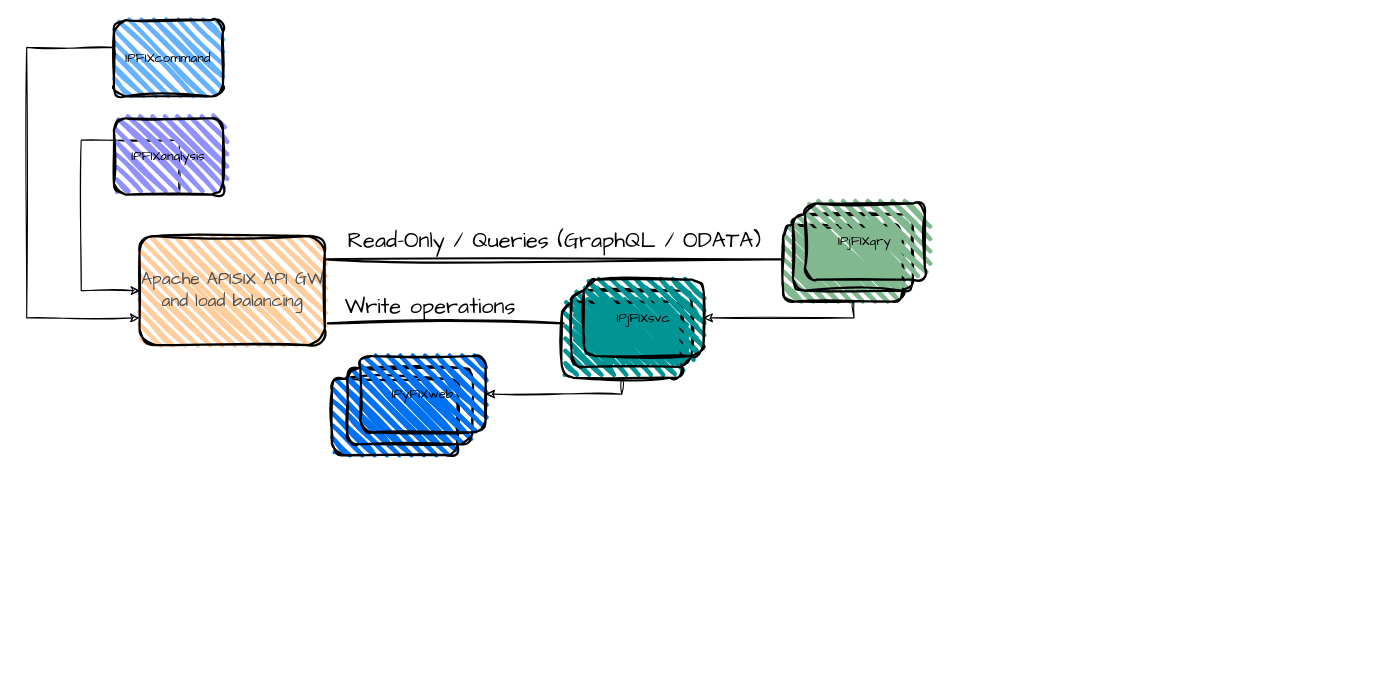
Above: documentation/apisix.drawio in mesbrj/IPFIXscenario (draw.io), before the change. Source tidied: cells renumbered, new cells numbered last; positions are measured from the earlier drawing's top-left corner, leaving out a move shared by most shapes. Both pictures are drawn from the tidied source at 109%, with x=0, y=0 at pixel (26, 20).
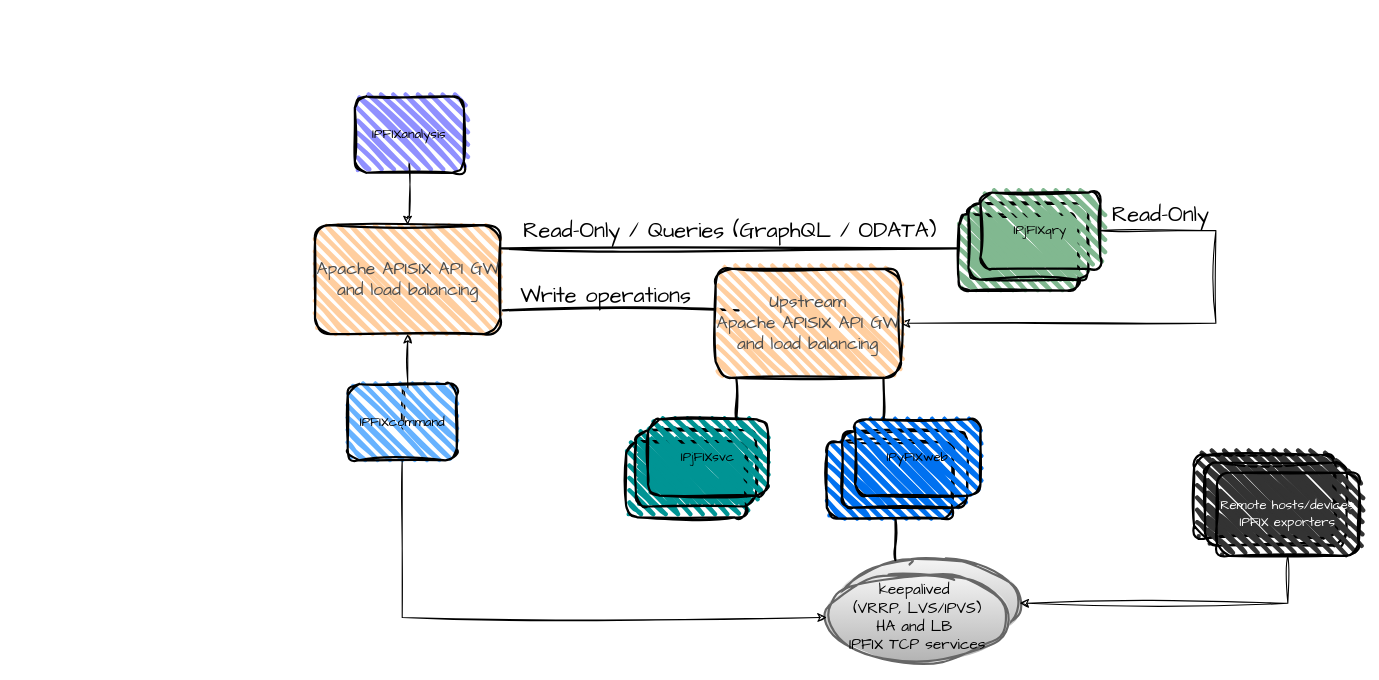
After the change.

What changed in the source:
```diff
@@
     <mxCell id="2" style="rounded=1;whiteSpace=wrap;html=1;strokeWidth=2;fillWeight=4;hachureGap=8;hachureAngle=45;fillColor=light-dark(#0071F0,#198CC4);sketch=1;curveFitting=1;jiggle=2;" parent="1" vertex="1">
-      <mxGeometry x="280" y="329.1" width="115" height="70" as="geometry" />
+      <mxGeometry x="734" y="387.2" width="115" height="70" as="geometry" />
     </mxCell>
     <mxCell id="3" style="rounded=1;whiteSpace=wrap;html=1;strokeWidth=2;fillWeight=4;hachureGap=8;hachureAngle=45;fillColor=light-dark(#81B890,#198CC4);sketch=1;curveFitting=1;jiggle=2;" parent="1" vertex="1">
-      <mxGeometry x="694" y="188.1" width="110" height="70" as="geometry" />
+      <mxGeometry x="855" y="178.1" width="110" height="70" as="geometry" />
     </mxCell>
     <mxCell id="4" value="&lt;div&gt;&lt;font style=&quot;color: rgb(77, 77, 77);&quot;&gt;Apache APISIX API GW and load balancing&lt;/font&gt;&lt;/div&gt;" style="rounded=1;whiteSpace=wrap;html=1;strokeWidth=2;fillWeight=4;hachureGap=8;hachureAngle=45;fillColor=light-dark(#FFCE9F,#198CC4);sketch=1;align=center;verticalAlign=middle;curveFitting=1;jiggle=2;fontFamily=Comic Sans MS;fontSize=16;fontColor=#B3B3B3;" parent="1" vertex="1">
-      <mxGeometry x="103.5" y="198.1" width="170" height="100" as="geometry" />
+      <mxGeometry x="264.5" y="188.1" width="170" height="100" as="geometry" />
     </mxCell>
-    <mxCell id="5" style="edgeStyle=orthogonalEdgeStyle;rounded=0;sketch=1;hachureGap=4;jiggle=2;curveFitting=1;jettySize=auto;html=1;fontFamily=Architects Daughter;entryX=1;entryY=0.5;entryDx=0;entryDy=0;exitX=0.591;exitY=1;exitDx=0;exitDy=0;exitPerimeter=0;" parent="1" edge="1" source="3" target="14">
+    <mxCell id="5" style="edgeStyle=orthogonalEdgeStyle;rounded=0;sketch=1;hachureGap=4;jiggle=2;curveFitting=1;jettySize=auto;html=1;fontFamily=Architects Daughter;exitX=1;exitY=0.5;exitDx=0;exitDy=0;entryX=1;entryY=0.5;entryDx=0;entryDy=0;" parent="1" edge="1" source="11" target="22">
       <mxGeometry relative="1" as="geometry">
         <Array as="points">
-          <mxPoint x="759" y="273.1" />
+          <mxPoint x="1091" y="193" />
+          <mxPoint x="1091" y="278" />
         </Array>
       </mxGeometry>
     </mxCell>
     <mxCell id="6" style="line;strokeWidth=2;direction=south;html=1;sketch=1;hachureGap=4;jiggle=2;curveFitting=1;fontFamily=Architects Daughter;rotation=-90;" parent="1" vertex="1">
-      <mxGeometry x="478.1" y="10" width="10" height="418.8" as="geometry" />
+      <mxGeometry x="639.1" width="10" height="418.8" as="geometry" />
     </mxCell>
     <mxCell id="7" style="line;strokeWidth=2;direction=south;html=1;sketch=1;hachureGap=4;jiggle=2;curveFitting=1;fontFamily=Architects Daughter;rotation=-90;" parent="1" vertex="1">
-      <mxGeometry x="379.4" y="170" width="10" height="216.2" as="geometry" />
+      <mxGeometry x="540" y="158.1" width="10" height="216.2" as="geometry" />
     </mxCell>
     <mxCell id="8" value="&lt;font face=&quot;Architects Daughter&quot;&gt;&lt;span style=&quot;font-size: 20px;&quot;&gt;Read-Only / Queries (GraphQL / ODATA)&lt;/span&gt;&lt;/font&gt;" style="text;html=1;align=center;verticalAlign=middle;strokeColor=none;fillColor=none;" parent="1" vertex="1">
-      <mxGeometry x="284" y="182.1" width="400" height="40" as="geometry" />
+      <mxGeometry x="445" y="172.1" width="400" height="40" as="geometry" />
     </mxCell>
     <mxCell id="9" value="&lt;font face=&quot;Architects Daughter&quot;&gt;&lt;span style=&quot;font-size: 20px;&quot;&gt;Write operations&lt;/span&gt;&lt;/font&gt;" style="text;html=1;align=center;verticalAlign=middle;strokeColor=none;fillColor=none;" parent="1" vertex="1">
-      <mxGeometry x="280" y="242.1" width="180" height="40" as="geometry" />
+      <mxGeometry x="441" y="232.1" width="180" height="40" as="geometry" />
     </mxCell>
     <mxCell id="10" style="rounded=1;whiteSpace=wrap;html=1;strokeWidth=2;fillWeight=4;hachureGap=8;hachureAngle=45;fillColor=light-dark(#81B890,#198CC4);sketch=1;curveFitting=1;jiggle=2;" parent="1" vertex="1">
-      <mxGeometry x="703" y="178.1" width="110" height="70" as="geometry" />
+      <mxGeometry x="864" y="168.1" width="110" height="70" as="geometry" />
     </mxCell>
     <mxCell id="11" value="&lt;span style=&quot;color: rgb(0, 0, 0); font-family: &amp;quot;Comic Sans MS&amp;quot;; text-wrap-mode: nowrap;&quot;&gt;IPjFIXqry&lt;/span&gt;" style="rounded=1;whiteSpace=wrap;html=1;strokeWidth=2;fillWeight=4;hachureGap=8;hachureAngle=45;fillColor=light-dark(#81B890,#198CC4);sketch=1;curveFitting=1;jiggle=2;" parent="1" vertex="1">
-      <mxGeometry x="714" y="168.1" width="110" height="70" as="geometry" />
+      <mxGeometry x="875" y="158.1" width="110" height="70" as="geometry" />
     </mxCell>
     <mxCell id="12" style="rounded=1;whiteSpace=wrap;html=1;strokeWidth=2;fillWeight=4;hachureGap=8;hachureAngle=45;fillColor=light-dark(#009494,#198CC4);sketch=1;curveFitting=1;jiggle=2;" parent="1" vertex="1">
-      <mxGeometry x="491" y="258.1" width="110" height="70" as="geometry" />
+      <mxGeometry x="550" y="386.2" width="110" height="70" as="geometry" />
     </mxCell>
     <mxCell id="13" style="rounded=1;whiteSpace=wrap;html=1;strokeWidth=2;fillWeight=4;hachureGap=8;hachureAngle=45;fillColor=light-dark(#009494,#198CC4);sketch=1;curveFitting=1;jiggle=2;" parent="1" vertex="1">
-      <mxGeometry x="500" y="248.1" width="110" height="70" as="geometry" />
+      <mxGeometry x="559" y="376.2" width="110" height="70" as="geometry" />
     </mxCell>
     <mxCell id="14" value="&lt;span style=&quot;color: rgb(0, 0, 0); font-family: &amp;quot;Comic Sans MS&amp;quot;; text-wrap-mode: nowrap;&quot;&gt;IPjFIXsvc&lt;/span&gt;" style="rounded=1;whiteSpace=wrap;html=1;strokeWidth=2;fillWeight=4;hachureGap=8;hachureAngle=45;fillColor=light-dark(#009494,#198CC4);sketch=1;curveFitting=1;jiggle=2;" parent="1" vertex="1">
-      <mxGeometry x="511" y="238.1" width="110" height="70" as="geometry" />
+      <mxGeometry x="570" y="366.2" width="110" height="70" as="geometry" />
     </mxCell>
     <mxCell id="15" style="rounded=1;whiteSpace=wrap;html=1;strokeWidth=2;fillWeight=4;hachureGap=8;hachureAngle=45;fillColor=light-dark(#0071F0,#198CC4);sketch=1;curveFitting=1;jiggle=2;" parent="1" vertex="1">
-      <mxGeometry x="294" y="319.1" width="115" height="70" as="geometry" />
+      <mxGeometry x="748" y="377.2" width="115" height="70" as="geometry" />
     </mxCell>
     <mxCell id="16" value="&lt;span style=&quot;color: rgb(0, 0, 0); font-family: &amp;quot;Comic Sans MS&amp;quot;; text-wrap-mode: nowrap;&quot;&gt;IPyFIXweb&lt;/span&gt;" style="rounded=1;whiteSpace=wrap;html=1;strokeWidth=2;fillWeight=4;hachureGap=8;hachureAngle=45;fillColor=light-dark(#0071F0,#198CC4);sketch=1;curveFitting=1;jiggle=2;" parent="1" vertex="1">
-      <mxGeometry x="306" y="308.1" width="115" height="70" as="geometry" />
+      <mxGeometry x="760" y="366.2" width="115" height="70" as="geometry" />
     </mxCell>
-    <mxCell id="17" style="edgeStyle=orthogonalEdgeStyle;rounded=0;sketch=1;hachureGap=4;jiggle=2;curveFitting=1;jettySize=auto;html=1;fontFamily=Architects Daughter;entryX=1;entryY=0.5;entryDx=0;entryDy=0;exitX=0.5;exitY=1;exitDx=0;exitDy=0;" parent="1" edge="1" source="12" target="16">
-      <mxGeometry relative="1" as="geometry">
-        <Array as="points">
-          <mxPoint x="546" y="343.1" />
-        </Array>
-      </mxGeometry>
-    </mxCell>
-    <mxCell id="18" style="edgeStyle=orthogonalEdgeStyle;rounded=0;sketch=1;hachureGap=4;jiggle=2;curveFitting=1;jettySize=auto;html=1;fontFamily=Architects Daughter;exitX=0.5;exitY=1;exitDx=0;exitDy=0;" parent="1" edge="1" source="21">
+    <mxCell id="18" style="edgeStyle=orthogonalEdgeStyle;rounded=0;sketch=1;hachureGap=4;jiggle=2;curveFitting=1;jettySize=auto;html=1;fontFamily=Architects Daughter;exitX=0.5;exitY=1;exitDx=0;exitDy=0;entryX=0.5;entryY=0;entryDx=0;entryDy=0;" parent="1" edge="1" source="21" target="4">
       <mxGeometry relative="1" as="geometry">
-        <mxPoint x="104" y="248.1" as="targetPoint" />
         <Array as="points">
-          <mxPoint x="140" y="110" />
-          <mxPoint x="50" y="110" />
-          <mxPoint x="50" y="248" />
+          <mxPoint x="351" y="130" />
+          <mxPoint x="351" y="180" />
+          <mxPoint x="350" y="180" />
         </Array>
       </mxGeometry>
     </mxCell>
+    <mxCell id="21" value="&lt;span style=&quot;color: rgb(0, 0, 0); font-family: &amp;quot;Comic Sans MS&amp;quot;; text-wrap-mode: nowrap;&quot;&gt;IPFIXanalysis&lt;/span&gt;" style="rounded=1;whiteSpace=wrap;html=1;strokeWidth=2;fillWeight=4;hachureGap=8;hachureAngle=45;fillColor=light-dark(#9090FF,#198CC4);sketch=1;curveFitting=1;jiggle=2;" parent="1" vertex="1">
+      <mxGeometry x="301" y="70" width="100" height="70" as="geometry" />
+    </mxCell>
+    <mxCell id="22" value="&lt;div&gt;&lt;font style=&quot;color: rgb(77, 77, 77);&quot;&gt;Upstream&lt;/font&gt;&lt;/div&gt;&lt;div&gt;&lt;font style=&quot;color: rgb(77, 77, 77);&quot;&gt;Apache APISIX API GW and load balancing&lt;/font&gt;&lt;/div&gt;" style="rounded=1;whiteSpace=wrap;html=1;strokeWidth=2;fillWeight=4;hachureGap=8;hachureAngle=45;fillColor=light-dark(#FFCE9F,#198CC4);sketch=1;align=center;verticalAlign=middle;curveFitting=1;jiggle=2;fontFamily=Comic Sans MS;fontSize=16;fontColor=#B3B3B3;" parent="1" vertex="1">
+      <mxGeometry x="632" y="228.1" width="170" height="100" as="geometry" />
+    </mxCell>
+    <mxCell id="23" value="&lt;span style=&quot;font-size: 20px;&quot;&gt;Read-Only&lt;/span&gt;" style="text;html=1;align=center;verticalAlign=middle;strokeColor=none;fillColor=none;fontFamily=Architects Daughter;" parent="1" vertex="1">
+      <mxGeometry x="985" y="158.1" width="110" height="40" as="geometry" />
+    </mxCell>
+    <mxCell id="24" style="line;strokeWidth=2;direction=south;html=1;sketch=1;hachureGap=4;jiggle=2;curveFitting=1;fontFamily=Architects Daughter;rotation=-180;" parent="1" vertex="1">
+      <mxGeometry x="646" y="328.1" width="10" height="38.1" as="geometry" />
+    </mxCell>
+    <mxCell id="25" style="line;strokeWidth=2;direction=south;html=1;sketch=1;hachureGap=4;jiggle=2;curveFitting=1;fontFamily=Architects Daughter;rotation=-180;" parent="1" vertex="1">
+      <mxGeometry x="781" y="328.1" width="10" height="38.1" as="geometry" />
+    </mxCell>
+    <mxCell id="20" style="edgeStyle=orthogonalEdgeStyle;rounded=0;sketch=1;hachureGap=4;jiggle=2;curveFitting=1;jettySize=auto;html=1;fontFamily=Architects Daughter;exitX=0.5;exitY=0;exitDx=0;exitDy=0;entryX=0.5;entryY=1;entryDx=0;entryDy=0;" parent="1" edge="1" source="19" target="4">
+      <mxGeometry relative="1" as="geometry">
+        <Array as="points">
+          <mxPoint x="345" y="380" />
+          <mxPoint x="345" y="340" />
+          <mxPoint x="349" y="340" />
+        </Array>
+      </mxGeometry>
+    </mxCell>
+    <mxCell id="26" style="ellipse;whiteSpace=wrap;html=1;strokeWidth=2;fillWeight=2;hachureGap=8;fillColor=#f5f5f5;fillStyle=dots;sketch=1;jiggle=2;curveFitting=1;fontFamily=Architects Daughter;strokeColor=#666666;gradientColor=#b3b3b3;" parent="1" vertex="1">
+      <mxGeometry x="747" y="495" width="164" height="80" as="geometry" />
+    </mxCell>
     <mxCell id="19" value="&lt;span style=&quot;color: rgb(0, 0, 0); font-family: &amp;quot;Comic Sans MS&amp;quot;; text-wrap-mode: nowrap;&quot;&gt;IPFIXcommand&lt;/span&gt;" style="rounded=1;whiteSpace=wrap;html=1;strokeWidth=2;fillWeight=4;hachureGap=8;hachureAngle=45;fillColor=light-dark(#66B2FF,#198CC4);sketch=1;curveFitting=1;jiggle=2;" parent="1" vertex="1">
-      <mxGeometry x="80" width="100" height="70" as="geometry" />
+      <mxGeometry x="294.5" y="333.8" width="100" height="70" as="geometry" />
     </mxCell>
-    <mxCell id="20" style="edgeStyle=orthogonalEdgeStyle;rounded=0;sketch=1;hachureGap=4;jiggle=2;curveFitting=1;jettySize=auto;html=1;fontFamily=Architects Daughter;exitX=0;exitY=0.5;exitDx=0;exitDy=0;entryX=0;entryY=0.75;entryDx=0;entryDy=0;" parent="1" edge="1" source="19" target="4">
-      <mxGeometry relative="1" as="geometry">
-        <Array as="points">
-          <mxPoint y="25" />
-          <mxPoint y="273" />
-        </Array>
-      </mxGeometry>
-    </mxCell>
-    <mxCell id="21" value="&lt;span style=&quot;color: rgb(0, 0, 0); font-family: &amp;quot;Comic Sans MS&amp;quot;; text-wrap-mode: nowrap;&quot;&gt;IPFIXanalysis&lt;/span&gt;" style="rounded=1;whiteSpace=wrap;html=1;strokeWidth=2;fillWeight=4;hachureGap=8;hachureAngle=45;fillColor=light-dark(#9090FF,#198CC4);sketch=1;curveFitting=1;jiggle=2;" parent="1" vertex="1">
-      <mxGeometry x="80" y="90" width="100" height="70" as="geometry" />
-    </mxCell>
+    <mxCell id="27" value="&lt;font style=&quot;&quot;&gt;&lt;span style=&quot;font-size: 14px;&quot;&gt;keepalived&amp;nbsp;&lt;/span&gt;&lt;/font&gt;&lt;div&gt;&lt;font style=&quot;&quot;&gt;&lt;span style=&quot;font-size: 14px;&quot;&gt;(&lt;/span&gt;&lt;span style=&quot;font-size: 14px;&quot;&gt;VRRP, LVS/IPVS&lt;/span&gt;&lt;span style=&quot;font-size: 14px;&quot;&gt;)&lt;/span&gt;&lt;/font&gt;&lt;div&gt;&lt;font style=&quot;&quot;&gt;&lt;span style=&quot;font-size: 14px;&quot;&gt;HA and LB&amp;nbsp;&lt;/span&gt;&lt;/font&gt;&lt;/div&gt;&lt;div&gt;&lt;font style=&quot;&quot;&gt;&lt;span style=&quot;font-size: 14px;&quot;&gt;IPFIX TCP services&lt;/span&gt;&lt;/font&gt;&lt;/div&gt;&lt;/div&gt;" style="ellipse;whiteSpace=wrap;html=1;strokeWidth=2;fillWeight=2;hachureGap=8;fillColor=#f5f5f5;fillStyle=dots;sketch=1;jiggle=2;curveFitting=1;fontFamily=Architects Daughter;strokeColor=#666666;gradientColor=#b3b3b3;" parent="1" vertex="1">
+      <mxGeometry x="734" y="508" width="167" height="80" as="geometry" />
+    </mxCell>
+    <mxCell id="28" style="line;strokeWidth=2;direction=south;html=1;sketch=1;hachureGap=4;jiggle=2;curveFitting=1;fontFamily=Architects Daughter;rotation=-180;" parent="1" vertex="1">
+      <mxGeometry x="792" y="457.2" width="10" height="38.1" as="geometry" />
+    </mxCell>
+    <mxCell id="29" style="edgeStyle=orthogonalEdgeStyle;rounded=0;sketch=1;hachureGap=4;jiggle=2;curveFitting=1;jettySize=auto;html=1;fontFamily=Architects Daughter;exitX=0.5;exitY=1;exitDx=0;exitDy=0;entryX=0;entryY=0.5;entryDx=0;entryDy=0;" parent="1" edge="1" source="19" target="27">
+      <mxGeometry relative="1" as="geometry">
+        <Array as="points">
+          <mxPoint x="344" y="548" />
+        </Array>
+      </mxGeometry>
+    </mxCell>
+    <mxCell id="30" style="rounded=1;whiteSpace=wrap;html=1;strokeWidth=2;fillWeight=4;hachureGap=8;hachureAngle=45;fillColor=light-dark(#333333,#198CC4);sketch=1;curveFitting=1;jiggle=2;" parent="1" vertex="1">
+      <mxGeometry x="1071" y="399" width="130" height="76.2" as="geometry" />
+    </mxCell>
+    <mxCell id="31" style="rounded=1;whiteSpace=wrap;html=1;strokeWidth=2;fillWeight=4;hachureGap=8;hachureAngle=45;fillColor=light-dark(#333333,#198CC4);sketch=1;curveFitting=1;jiggle=2;" parent="1" vertex="1">
+      <mxGeometry x="1081" y="405.8" width="130" height="76.2" as="geometry" />
+    </mxCell>
+    <mxCell id="32" value="&lt;span style=&quot;font-family: &amp;quot;Comic Sans MS&amp;quot;; text-wrap-mode: nowrap;&quot;&gt;&lt;font style=&quot;color: rgb(255, 255, 255);&quot;&gt;Remote hosts/devices&lt;/font&gt;&lt;/span&gt;&lt;div&gt;&lt;span style=&quot;font-family: &amp;quot;Comic Sans MS&amp;quot;; text-wrap-mode: nowrap;&quot;&gt;&lt;font style=&quot;color: rgb(255, 255, 255);&quot;&gt;IPFIX exporters&lt;/font&gt;&lt;/span&gt;&lt;/div&gt;" style="rounded=1;whiteSpace=wrap;html=1;strokeWidth=2;fillWeight=4;hachureGap=8;hachureAngle=45;fillColor=light-dark(#333333,#198CC4);sketch=1;curveFitting=1;jiggle=2;" parent="1" vertex="1">
+      <mxGeometry x="1092" y="415.2" width="130" height="76.2" as="geometry" />
+    </mxCell>
+    <mxCell id="33" style="edgeStyle=orthogonalEdgeStyle;rounded=0;sketch=1;hachureGap=4;jiggle=2;curveFitting=1;jettySize=auto;html=1;fontFamily=Architects Daughter;exitX=0.5;exitY=1;exitDx=0;exitDy=0;entryX=1;entryY=0.5;entryDx=0;entryDy=0;" parent="1" edge="1" source="32" target="26">
+      <mxGeometry relative="1" as="geometry">
+        <Array as="points">
+          <mxPoint x="1157" y="535" />
+        </Array>
+      </mxGeometry>
+    </mxCell>
```
